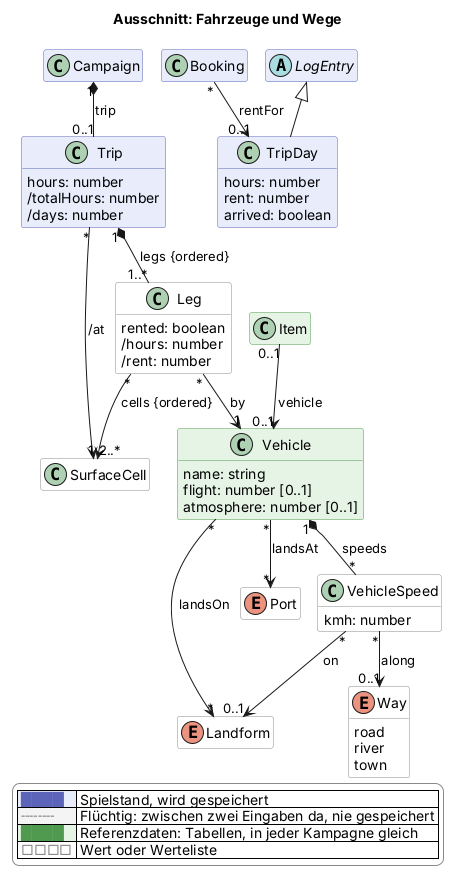
scuzzar/SRE keeps this PlantUML diagram as docs/views/logistik.png. Above is the earlier version.
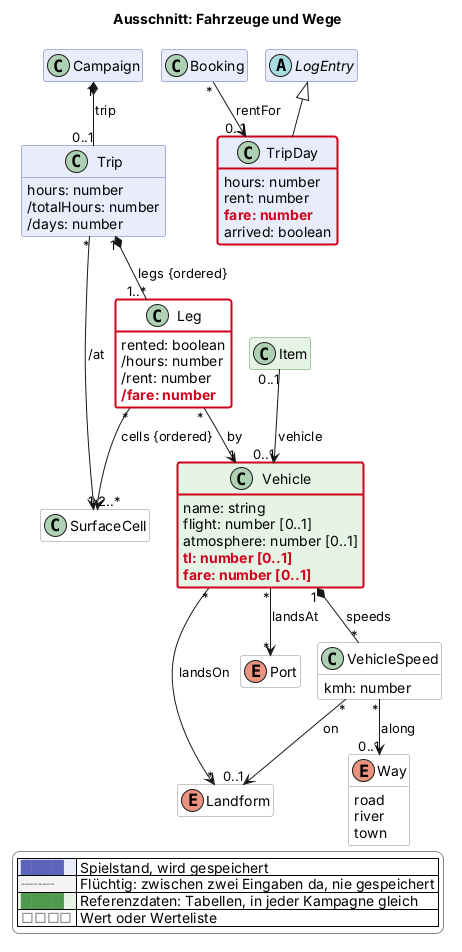
After the change.

Diff of the diagram source:
```diff
@@ -83,6 +83,8 @@
     name: string
     flight: number [0..1]
     atmosphere: number [0..1]
+    $new("2026-11-15c", "tl: number [0..1]")
+    $new("2026-11-15c", "fare: number [0..1]")
   }
   class VehicleSpeed <<value>> $logistik {
     kmh: number
@@ -96,10 +98,12 @@
     rented: boolean
     /hours: number
     /rent: number
+    $new("2026-11-15c", "/fare: number")
   }
   class TripDay $logistik {
     hours: number
     rent: number
+    $new("2026-11-15c", "fare: number")
     arrived: boolean
   }
   enum Way <<value>> $logistik {
@@ -140,4 +144,7 @@
   |<#e6f4e6> <color:#4f9a4f>████</color> | Referenzdaten: Tabellen, in jeder Kampagne gleich |
   |<#ffffff> <color:#8a8a8a>□□□□</color> | Wert oder Werteliste |
 endlegend
+class Vehicle #line:d0021b;line.bold
+class Leg #line:d0021b;line.bold
+class TripDay #line:d0021b;line.bold
 @enduml
```
